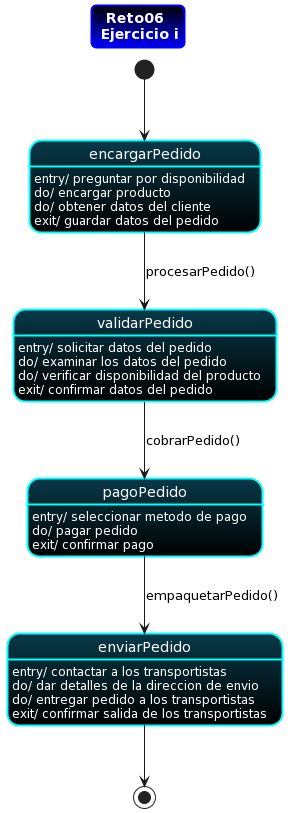
The PlantUML diagram docs/diagrams/Reto06-ejercicio-i/diagramaDeEstado.png in jhonnyzvla14/IS-022024, before a commit. Its diagram source:
```plantuml
@startuml
title "Reto06 \n Ejercicio i"

skinparam title{
  BorderColor blue
  BorderThickness 2
  BorderRoundCorner 10
  BackgroundColor 000000-blue
  FontColor FFFFFF
}

skinparam State{
  BackgroundColor 093949-black
  FontColor FFFFFF
  BorderThickness 2
  BorderColor cyan
}

[*]-->encargarPedido
encargarPedido: entry/ preguntar por disponibilidad
encargarPedido: do/ encargar producto
encargarPedido: do/ obtener datos del cliente
encargarPedido: exit/ guardar datos del pedido

encargarPedido-->validarPedido: procesarPedido()
validarPedido: entry/ solicitar datos del pedido
validarPedido: do/ examinar los datos del pedido
validarPedido: do/ verificar disponibilidad del producto
validarPedido: exit/ confirmar datos del pedido

validarPedido-->pagoPedido: cobrarPedido()
pagoPedido: entry/ seleccionar metodo de pago
pagoPedido: do/ pagar pedido
pagoPedido: exit/ confirmar pago

pagoPedido-->enviarPedido: empaquetarPedido()
enviarPedido: entry/ contactar a los transportistas
enviarPedido: do/ dar detalles de la direccion de envio
enviarPedido: do/ entregar pedido a los transportistas
enviarPedido: exit/ confirmar salida de los transportistas

enviarPedido-->[*]
@enduml
```
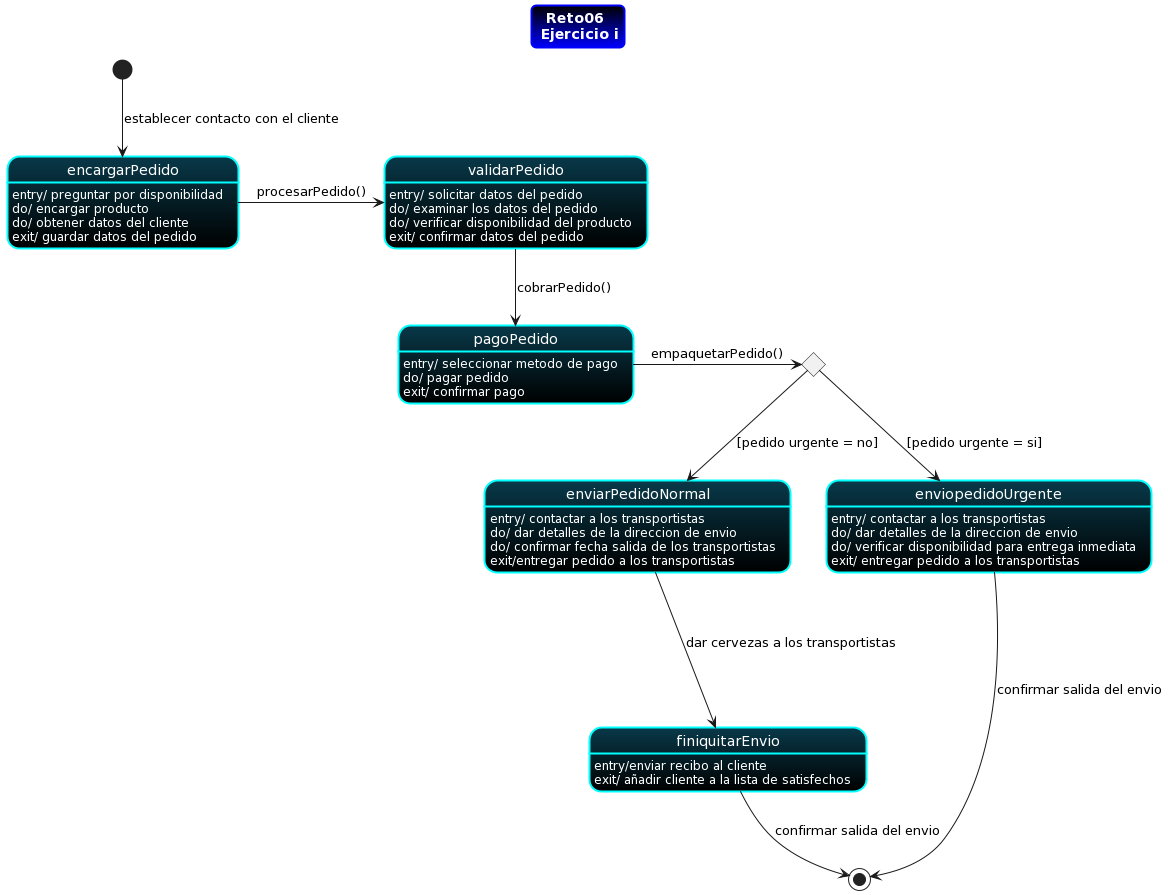
Later version of the same file.

Commit message:
Cambio Final diagrama de estado Reto06

Diff of the diagram source:
```diff
@@ -16,13 +16,13 @@
   BorderColor cyan
 }
 
-[*]-->encargarPedido
+[*]-->encargarPedido : establecer contacto con el cliente
 encargarPedido: entry/ preguntar por disponibilidad
 encargarPedido: do/ encargar producto
 encargarPedido: do/ obtener datos del cliente
 encargarPedido: exit/ guardar datos del pedido
 
-encargarPedido-->validarPedido: procesarPedido()
+encargarPedido->validarPedido: procesarPedido()
 validarPedido: entry/ solicitar datos del pedido
 validarPedido: do/ examinar los datos del pedido
 validarPedido: do/ verificar disponibilidad del producto
@@ -33,11 +33,25 @@
 pagoPedido: do/ pagar pedido
 pagoPedido: exit/ confirmar pago
 
-pagoPedido-->enviarPedido: empaquetarPedido()
-enviarPedido: entry/ contactar a los transportistas
-enviarPedido: do/ dar detalles de la direccion de envio
-enviarPedido: do/ entregar pedido a los transportistas
-enviarPedido: exit/ confirmar salida de los transportistas
+state envio <<choice>>
+pagoPedido->envio: empaquetarPedido()
+envio --> enviarPedidoNormal : [pedido urgente = no]
+envio --> enviopedidoUrgente : [pedido urgente = si]
 
-enviarPedido-->[*]
+enviarPedidoNormal: entry/ contactar a los transportistas
+enviarPedidoNormal: do/ dar detalles de la direccion de envio
+enviarPedidoNormal: do/ confirmar fecha salida de los transportistas
+enviarPedidoNormal: exit/entregar pedido a los transportistas
+
+enviarPedidoNormal--->finiquitarEnvio: dar cervezas a los transportistas
+finiquitarEnvio: entry/enviar recibo al cliente
+finiquitarEnvio: exit/ añadir cliente a la lista de satisfechos
+
+enviopedidoUrgente: entry/ contactar a los transportistas
+enviopedidoUrgente: do/ dar detalles de la direccion de envio
+enviopedidoUrgente: do/ verificar disponibilidad para entrega inmediata
+enviopedidoUrgente: exit/ entregar pedido a los transportistas
+
+finiquitarEnvio-->[*] : confirmar salida del envio
+enviopedidoUrgente---->[*] : confirmar salida del envio
 @enduml
```
